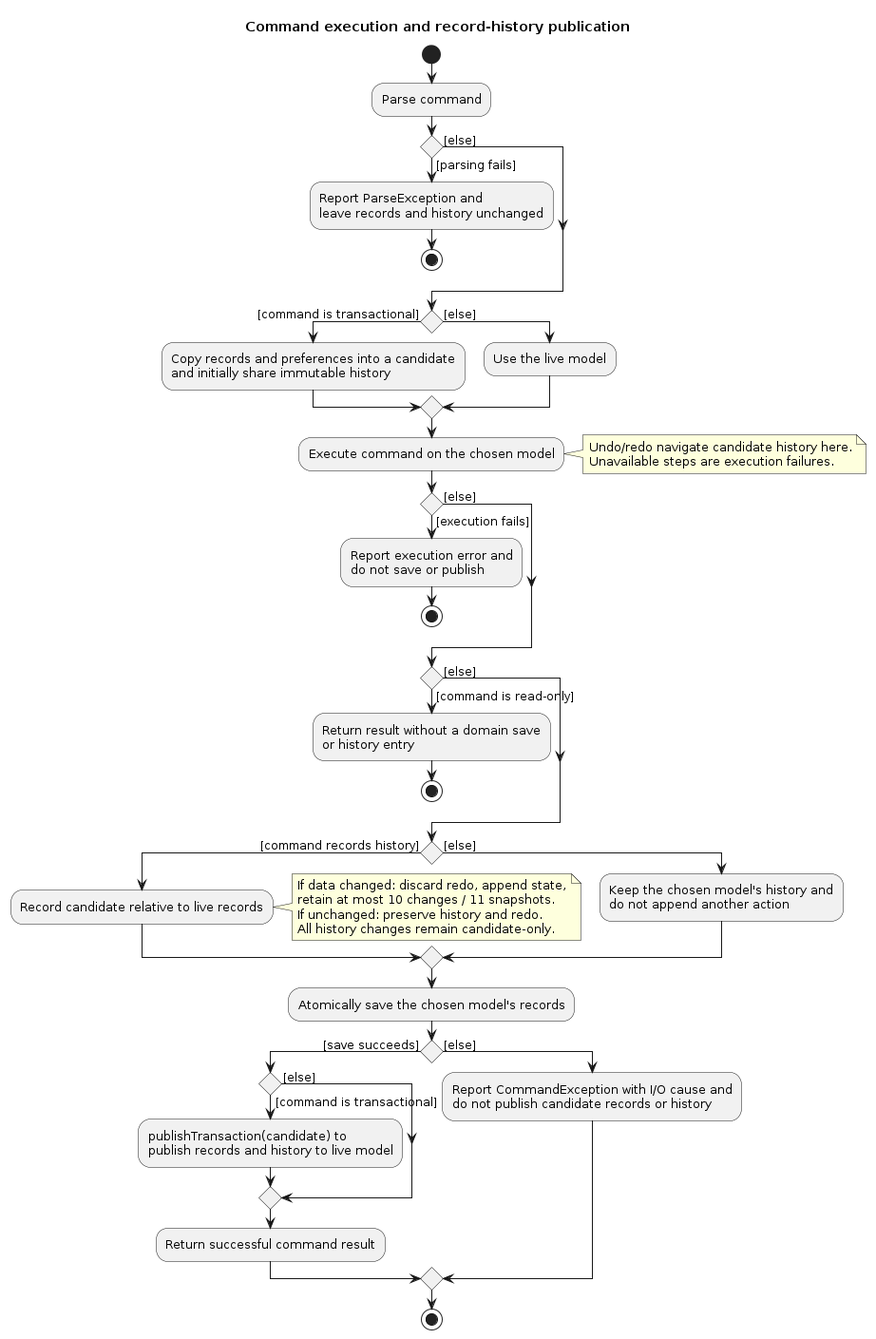
This is diagrams/CommitActivityDiagram.png from AY2627S1-CS2103T-F15-2/tp, a PlantUML export, as it was before one commit. Its source is kept beside it as diagrams/CommitActivityDiagram.puml.
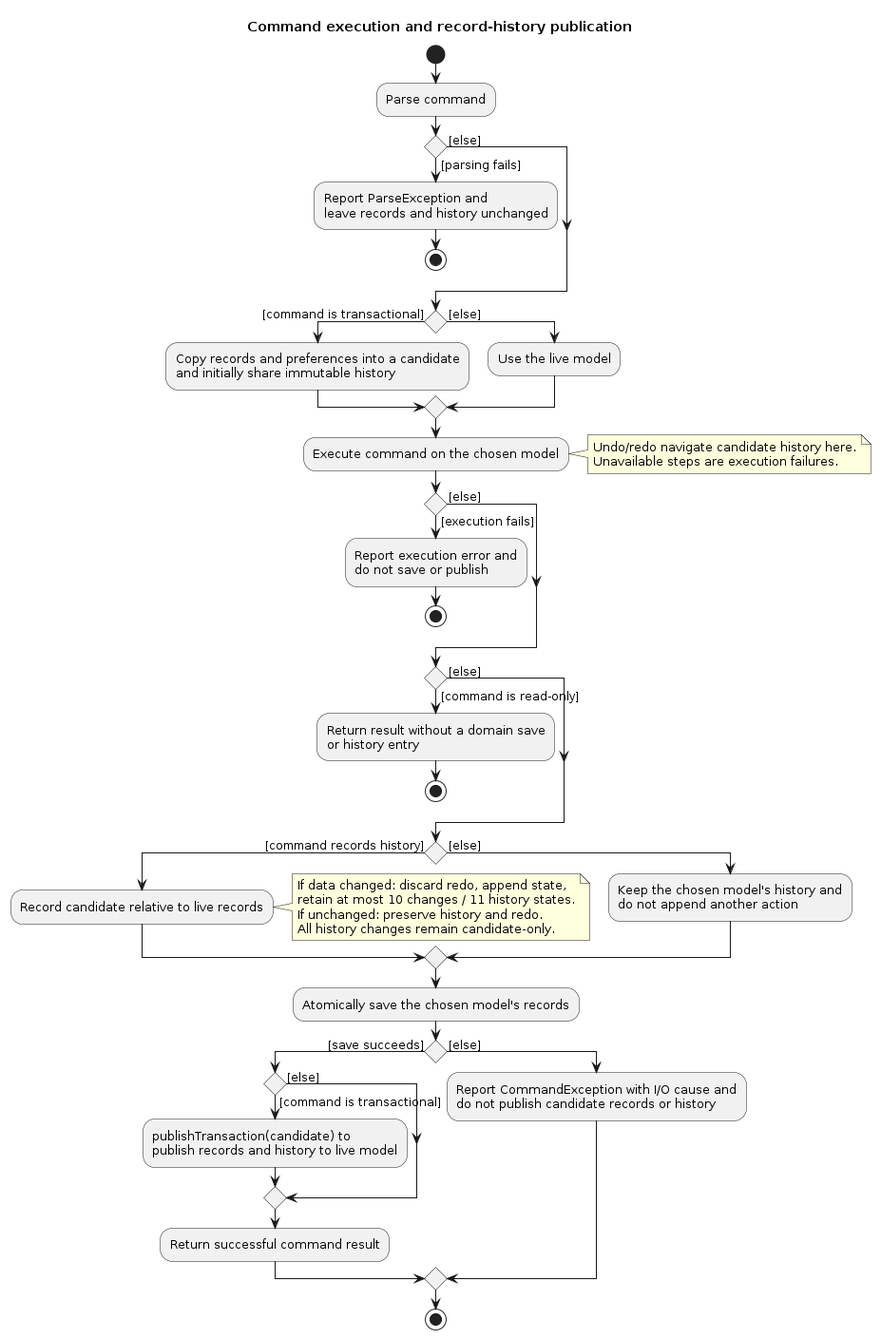
Above is the later version.

The edit, as a diff of the source:
```diff
@@ -39,7 +39,7 @@
   :Record candidate relative to live records;
   note right
     If data changed: discard redo, append state,
-    retain at most 10 changes / 11 snapshots.
+    retain at most 10 changes / 11 history states.
     If unchanged: preserve history and redo.
     All history changes remain candidate-only.
   end note
```
